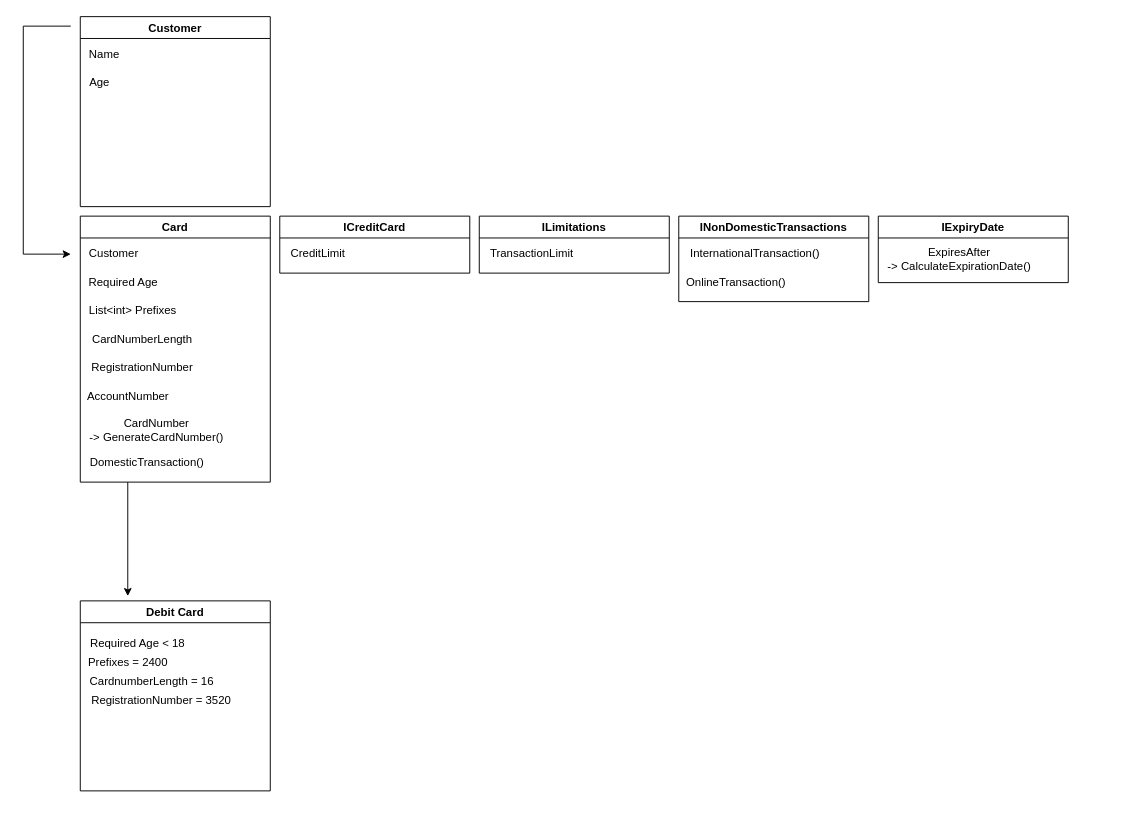
GoosLife/MyBanker keeps this draw.io diagram as MyBanker.drawio. Above is the earlier version. Source tidied: cells renumbered, new cells numbered last; positions are measured from the earlier drawing's top-left corner, leaving out a move shared by most shapes. Both pictures are drawn from the tidied source at 95%, with x=0, y=0 at pixel (23, 16).
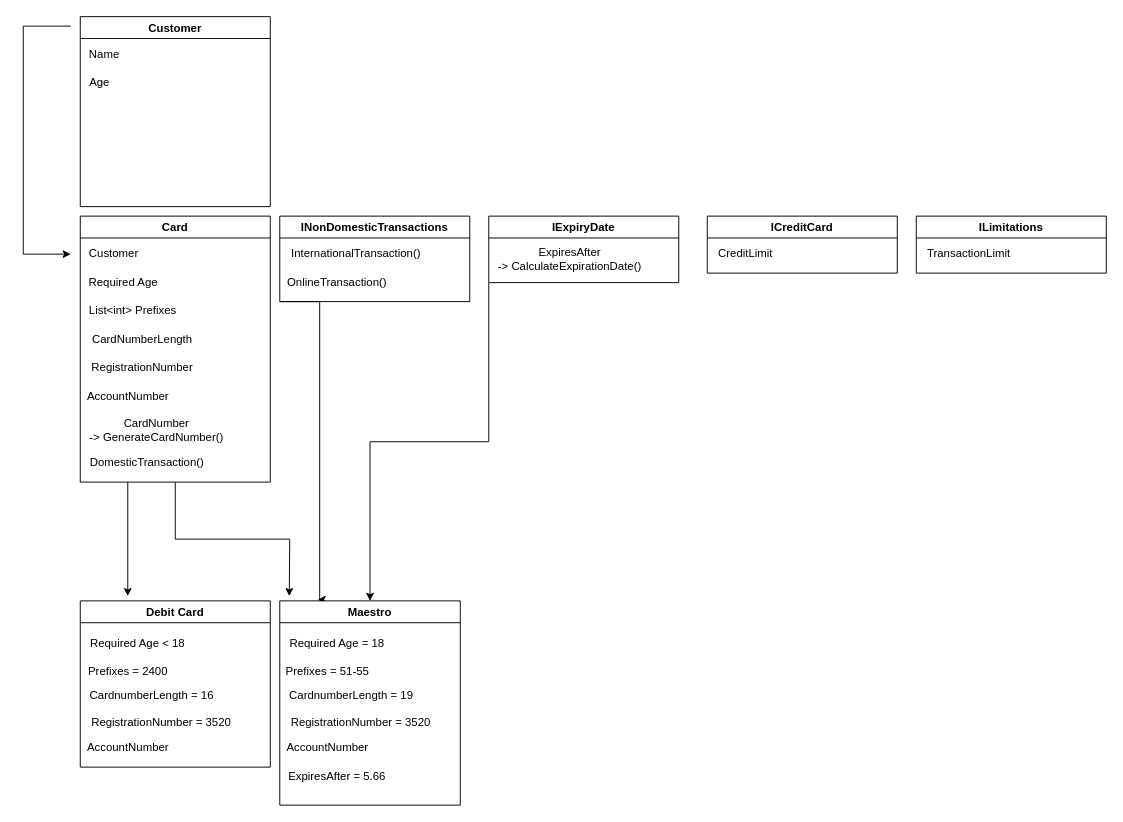
Above is the later version.

Unchanged cells that the change refers to:
```xml
<mxCell id="2" value="Card" style="swimlane;" parent="1" vertex="1">
  <mxGeometry x="60" y="210" width="200" height="280" as="geometry" />
</mxCell>
```

Change to the diagram source:
```diff
@@
+    <mxCell id="30" style="edgeStyle=orthogonalEdgeStyle;rounded=0;jettySize=auto;html=1;exitX=0.5;exitY=1;exitDx=0;exitDy=0;" parent="1" edge="1" source="2">
+      <mxGeometry relative="1" as="geometry">
+        <mxPoint x="280" y="610" as="targetPoint" />
+      </mxGeometry>
+    </mxCell>
@@
     <mxCell id="11" value="ICreditCard" style="swimlane;" parent="1" vertex="1">
-      <mxGeometry x="270" y="210" width="200" height="60" as="geometry" />
+      <mxGeometry x="720" y="210" width="200" height="60" as="geometry" />
     </mxCell>
@@
     <mxCell id="13" value="ILimitations" style="swimlane;" parent="1" vertex="1">
-      <mxGeometry x="480" y="210" width="200" height="60" as="geometry" />
+      <mxGeometry x="940" y="210" width="200" height="60" as="geometry" />
     </mxCell>
@@
+    <mxCell id="31" style="edgeStyle=orthogonalEdgeStyle;rounded=0;jettySize=auto;html=1;exitX=0;exitY=1;exitDx=0;exitDy=0;entryX=0.21;entryY=-0.006;entryDx=0;entryDy=0;entryPerimeter=0;" parent="1" edge="1" source="15" target="34">
+      <mxGeometry relative="1" as="geometry">
+        <Array as="points">
+          <mxPoint x="312" y="300" />
+        </Array>
+      </mxGeometry>
+    </mxCell>
     <mxCell id="15" value="INonDomesticTransactions" style="swimlane;" parent="1" vertex="1">
-      <mxGeometry x="690" y="210" width="200" height="90" as="geometry" />
+      <mxGeometry x="270" y="210" width="200" height="90" as="geometry" />
     </mxCell>
@@
+    <mxCell id="32" style="edgeStyle=orthogonalEdgeStyle;rounded=0;jettySize=auto;html=1;exitX=0;exitY=1;exitDx=0;exitDy=0;" parent="1" edge="1" source="18" target="34">
+      <mxGeometry relative="1" as="geometry" />
+    </mxCell>
     <mxCell id="18" value="IExpiryDate" style="swimlane;" parent="1" vertex="1">
-      <mxGeometry x="900" y="210" width="200" height="70" as="geometry" />
+      <mxGeometry x="490" y="210" width="200" height="70" as="geometry" />
     </mxCell>
@@
     <mxCell id="24" value="Debit Card" style="swimlane;" parent="1" vertex="1">
-      <mxGeometry x="60" y="615" width="200" height="200" as="geometry" />
+      <mxGeometry x="60" y="615" width="200" height="175" as="geometry" />
     </mxCell>
@@
     <mxCell id="26" value="Prefixes = 2400" style="text;html=1;align=center;verticalAlign=middle;strokeColor=none;fillColor=none;" parent="24" vertex="1">
-      <mxGeometry y="55" width="100" height="20" as="geometry" />
+      <mxGeometry y="65" width="100" height="20" as="geometry" />
     </mxCell>
     <mxCell id="27" value="CardnumberLength = 16" style="text;html=1;align=center;verticalAlign=middle;strokeColor=none;fillColor=none;" parent="24" vertex="1">
-      <mxGeometry y="75" width="150" height="20" as="geometry" />
+      <mxGeometry y="90" width="150" height="20" as="geometry" />
     </mxCell>
     <mxCell id="28" value="RegistrationNumber = 3520" style="text;html=1;align=center;verticalAlign=middle;strokeColor=none;fillColor=none;" parent="24" vertex="1">
-      <mxGeometry y="95" width="170" height="20" as="geometry" />
+      <mxGeometry y="117.5" width="170" height="20" as="geometry" />
     </mxCell>
+    <mxCell id="33" value="AccountNumber" style="text;html=1;align=center;verticalAlign=middle;strokeColor=none;fillColor=none;" parent="24" vertex="1">
+      <mxGeometry y="145" width="100" height="20" as="geometry" />
+    </mxCell>
@@
+    <mxCell id="34" value="Maestro" style="swimlane;" parent="1" vertex="1">
+      <mxGeometry x="270" y="615" width="190" height="215" as="geometry" />
+    </mxCell>
+    <mxCell id="35" value="Required Age = 18" style="text;html=1;align=center;verticalAlign=middle;strokeColor=none;fillColor=none;" parent="34" vertex="1">
+      <mxGeometry y="35" width="120" height="20" as="geometry" />
+    </mxCell>
+    <mxCell id="36" value="Prefixes = 51-55" style="text;html=1;align=center;verticalAlign=middle;strokeColor=none;fillColor=none;" parent="34" vertex="1">
+      <mxGeometry y="65" width="100" height="20" as="geometry" />
+    </mxCell>
+    <mxCell id="37" value="CardnumberLength = 19" style="text;html=1;align=center;verticalAlign=middle;strokeColor=none;fillColor=none;" parent="34" vertex="1">
+      <mxGeometry y="90" width="150" height="20" as="geometry" />
+    </mxCell>
+    <mxCell id="38" value="RegistrationNumber = 3520" style="text;html=1;align=center;verticalAlign=middle;strokeColor=none;fillColor=none;" parent="34" vertex="1">
+      <mxGeometry y="117.5" width="170" height="20" as="geometry" />
+    </mxCell>
+    <mxCell id="39" value="AccountNumber" style="text;html=1;align=center;verticalAlign=middle;strokeColor=none;fillColor=none;" parent="34" vertex="1">
+      <mxGeometry y="145" width="100" height="20" as="geometry" />
+    </mxCell>
+    <mxCell id="40" value="ExpiresAfter = 5.66" style="text;html=1;align=center;verticalAlign=middle;strokeColor=none;fillColor=none;" parent="34" vertex="1">
+      <mxGeometry y="175" width="120" height="20" as="geometry" />
+    </mxCell>
```
